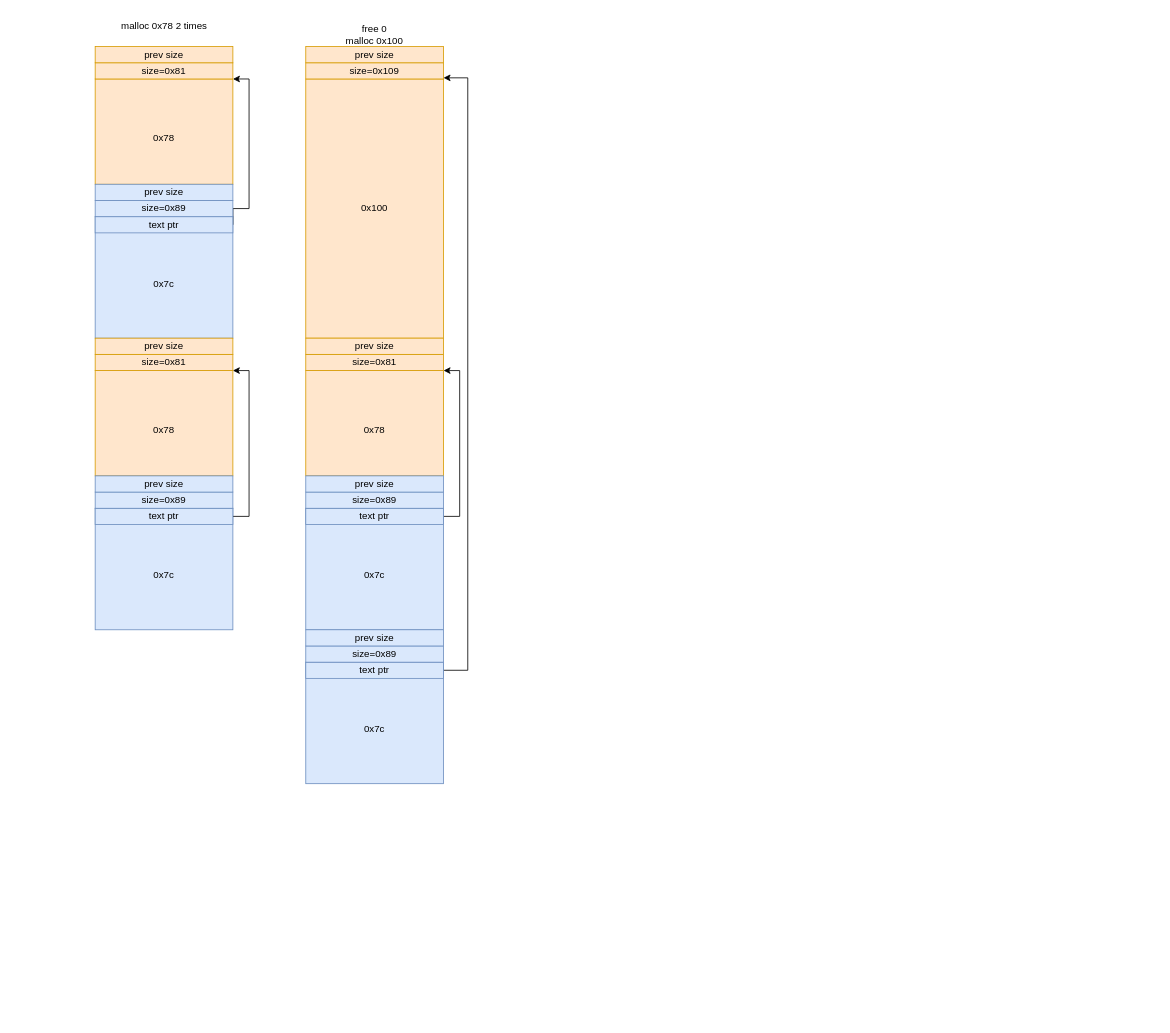
The draw.io diagram blog/babyfengshui_33c3_2016.drawio in Zephyrccc/ImageHostingService, before the edit. Source tidied: cells renumbered, new cells numbered last; positions are measured from the earlier drawing's top-left corner, leaving out a move shared by most shapes. Both pictures are drawn from the tidied source at 81%, with x=0, y=0 at pixel (95, 14).
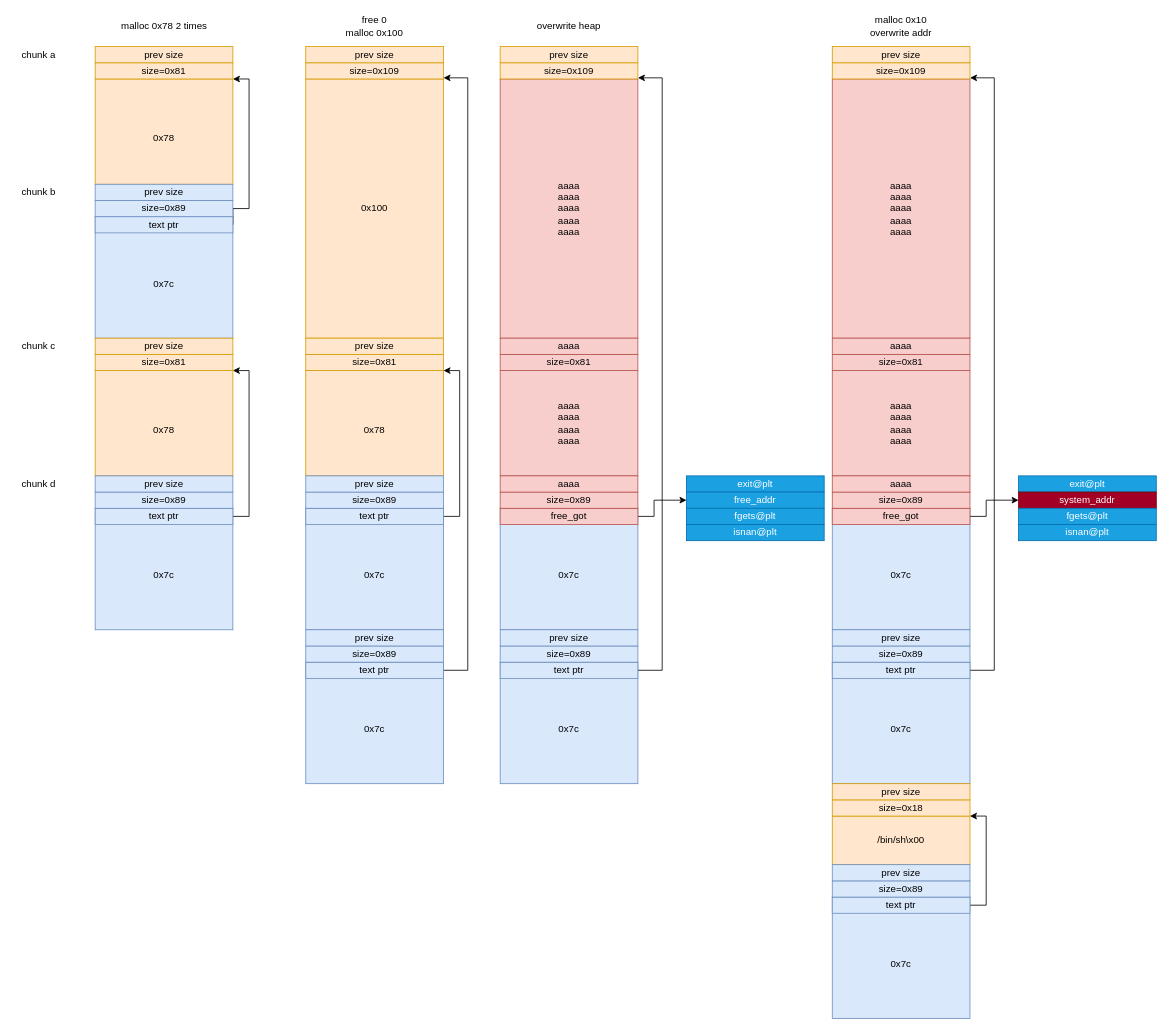
The same diagram, later.

Diff of the diagram source:
```diff
@@
     <mxCell id="9" value="free 0&lt;br&gt;malloc 0x100" style="text;html=1;strokeColor=none;fillColor=none;align=center;verticalAlign=middle;whiteSpace=wrap;rounded=0;" parent="1" vertex="1">
-      <mxGeometry x="295" y="10" width="100" height="30" as="geometry" />
+      <mxGeometry x="295" width="100" height="30" as="geometry" />
     </mxCell>
@@
+    <mxCell id="38" value="&lt;br&gt;0x7c" style="rounded=0;whiteSpace=wrap;html=1;fillColor=#dae8fc;strokeColor=#6c8ebf;" parent="1" vertex="1">
+      <mxGeometry x="500" y="800" width="170" height="150" as="geometry" />
+    </mxCell>
+    <mxCell id="39" value="&lt;br&gt;0x7c" style="rounded=0;whiteSpace=wrap;html=1;fillColor=#dae8fc;strokeColor=#6c8ebf;" parent="1" vertex="1">
+      <mxGeometry x="500" y="610" width="170" height="150" as="geometry" />
+    </mxCell>
+    <mxCell id="40" value="overwrite heap" style="text;html=1;strokeColor=none;fillColor=none;align=center;verticalAlign=middle;whiteSpace=wrap;rounded=0;" parent="1" vertex="1">
+      <mxGeometry x="535" width="100" height="30" as="geometry" />
+    </mxCell>
+    <mxCell id="41" value="aaaa&lt;br&gt;aaaa&lt;br&gt;aaaa&lt;br&gt;aaaa&lt;br&gt;aaaa" style="rounded=0;whiteSpace=wrap;html=1;fillColor=#f8cecc;strokeColor=#b85450;" parent="1" vertex="1">
+      <mxGeometry x="500" y="80" width="170" height="320" as="geometry" />
+    </mxCell>
+    <mxCell id="42" value="size=0x109" style="rounded=0;whiteSpace=wrap;html=1;fillColor=#ffe6cc;strokeColor=#d79b00;" parent="1" vertex="1">
+      <mxGeometry x="500" y="60" width="170" height="20" as="geometry" />
+    </mxCell>
+    <mxCell id="43" value="aaaa&lt;br&gt;aaaa&lt;br&gt;aaaa&lt;br&gt;aaaa" style="rounded=0;whiteSpace=wrap;html=1;fillColor=#f8cecc;strokeColor=#b85450;" parent="1" vertex="1">
+      <mxGeometry x="500" y="440" width="170" height="130" as="geometry" />
+    </mxCell>
+    <mxCell id="44" style="edgeStyle=orthogonalEdgeStyle;rounded=0;jettySize=auto;html=1;exitX=1;exitY=0.5;exitDx=0;exitDy=0;entryX=0;entryY=0.5;entryDx=0;entryDy=0;" parent="1" edge="1" source="45" target="60">
+      <mxGeometry relative="1" as="geometry">
+        <Array as="points">
+          <mxPoint x="690" y="620" />
+          <mxPoint x="690" y="600" />
+        </Array>
+      </mxGeometry>
+    </mxCell>
+    <mxCell id="45" value="free_got" style="rounded=0;whiteSpace=wrap;html=1;fillColor=#f8cecc;strokeColor=#b85450;" parent="1" vertex="1">
+      <mxGeometry x="500" y="610" width="170" height="20" as="geometry" />
+    </mxCell>
+    <mxCell id="46" value="size=0x81" style="rounded=0;whiteSpace=wrap;html=1;fillColor=#f8cecc;strokeColor=#b85450;" parent="1" vertex="1">
+      <mxGeometry x="500" y="420" width="170" height="20" as="geometry" />
+    </mxCell>
+    <mxCell id="47" value="size=0x89" style="rounded=0;whiteSpace=wrap;html=1;fillColor=#f8cecc;strokeColor=#b85450;" parent="1" vertex="1">
+      <mxGeometry x="500" y="590" width="170" height="20" as="geometry" />
+    </mxCell>
+    <mxCell id="48" style="edgeStyle=orthogonalEdgeStyle;rounded=0;jettySize=auto;html=1;exitX=1;exitY=0.5;exitDx=0;exitDy=0;" parent="1" edge="1" source="49">
+      <mxGeometry relative="1" as="geometry">
+        <mxPoint x="670.1" y="78.6" as="targetPoint" />
+        <Array as="points">
+          <mxPoint x="700" y="810" />
+          <mxPoint x="700" y="79" />
+        </Array>
+      </mxGeometry>
+    </mxCell>
+    <mxCell id="49" value="text ptr" style="rounded=0;whiteSpace=wrap;html=1;fillColor=#dae8fc;strokeColor=#6c8ebf;" parent="1" vertex="1">
+      <mxGeometry x="500" y="800" width="170" height="20" as="geometry" />
+    </mxCell>
+    <mxCell id="50" value="size=0x89" style="rounded=0;whiteSpace=wrap;html=1;fillColor=#dae8fc;strokeColor=#6c8ebf;" parent="1" vertex="1">
+      <mxGeometry x="500" y="780" width="170" height="20" as="geometry" />
+    </mxCell>
+    <mxCell id="51" value="prev size" style="rounded=0;whiteSpace=wrap;html=1;fillColor=#ffe6cc;strokeColor=#d79b00;" parent="1" vertex="1">
+      <mxGeometry x="500" y="40" width="170" height="20" as="geometry" />
+    </mxCell>
+    <mxCell id="52" value="aaaa" style="rounded=0;whiteSpace=wrap;html=1;fillColor=#f8cecc;strokeColor=#b85450;" parent="1" vertex="1">
+      <mxGeometry x="500" y="400" width="170" height="20" as="geometry" />
+    </mxCell>
+    <mxCell id="53" value="aaaa" style="rounded=0;whiteSpace=wrap;html=1;fillColor=#f8cecc;strokeColor=#b85450;" parent="1" vertex="1">
+      <mxGeometry x="500" y="570" width="170" height="20" as="geometry" />
+    </mxCell>
+    <mxCell id="54" value="prev size" style="rounded=0;whiteSpace=wrap;html=1;fillColor=#dae8fc;strokeColor=#6c8ebf;" parent="1" vertex="1">
+      <mxGeometry x="500" y="760" width="170" height="20" as="geometry" />
+    </mxCell>
+    <mxCell id="55" value="chunk a" style="text;html=1;align=center;verticalAlign=middle;strokeColor=none;fillColor=none;" parent="1" vertex="1">
+      <mxGeometry x="-100" y="40" width="60" height="20" as="geometry" />
+    </mxCell>
+    <mxCell id="56" value="chunk b" style="text;html=1;align=center;verticalAlign=middle;strokeColor=none;fillColor=none;" parent="1" vertex="1">
+      <mxGeometry x="-100" y="210" width="60" height="20" as="geometry" />
+    </mxCell>
+    <mxCell id="57" value="chunk c" style="text;html=1;align=center;verticalAlign=middle;strokeColor=none;fillColor=none;" parent="1" vertex="1">
+      <mxGeometry x="-100" y="400" width="60" height="20" as="geometry" />
+    </mxCell>
+    <mxCell id="58" value="chunk d" style="text;html=1;align=center;verticalAlign=middle;strokeColor=none;fillColor=none;" parent="1" vertex="1">
+      <mxGeometry x="-100" y="570" width="60" height="20" as="geometry" />
+    </mxCell>
+    <mxCell id="59" value="exit@plt" style="rounded=0;whiteSpace=wrap;html=1;fillColor=#1ba1e2;strokeColor=#006EAF;fontColor=#ffffff;" parent="1" vertex="1">
+      <mxGeometry x="730" y="570" width="170" height="20" as="geometry" />
+    </mxCell>
+    <mxCell id="60" value="free_addr" style="rounded=0;whiteSpace=wrap;html=1;fillColor=#1ba1e2;strokeColor=#006EAF;fontColor=#ffffff;" parent="1" vertex="1">
+      <mxGeometry x="730" y="590" width="170" height="20" as="geometry" />
+    </mxCell>
+    <mxCell id="61" value="fgets@plt" style="rounded=0;whiteSpace=wrap;html=1;fillColor=#1ba1e2;strokeColor=#006EAF;fontColor=#ffffff;" parent="1" vertex="1">
+      <mxGeometry x="730" y="610" width="170" height="20" as="geometry" />
+    </mxCell>
+    <mxCell id="62" value="isnan@plt" style="rounded=0;whiteSpace=wrap;html=1;fillColor=#1ba1e2;strokeColor=#006EAF;fontColor=#ffffff;" parent="1" vertex="1">
+      <mxGeometry x="730" y="630" width="170" height="20" as="geometry" />
+    </mxCell>
+    <mxCell id="63" value="&lt;br&gt;0x7c" style="rounded=0;whiteSpace=wrap;html=1;fillColor=#dae8fc;strokeColor=#6c8ebf;" parent="1" vertex="1">
+      <mxGeometry x="910" y="800" width="170" height="150" as="geometry" />
+    </mxCell>
+    <mxCell id="64" value="&lt;br&gt;0x7c" style="rounded=0;whiteSpace=wrap;html=1;fillColor=#dae8fc;strokeColor=#6c8ebf;" parent="1" vertex="1">
+      <mxGeometry x="910" y="610" width="170" height="150" as="geometry" />
+    </mxCell>
+    <mxCell id="65" value="malloc 0x10&lt;br&gt;overwrite addr" style="text;html=1;strokeColor=none;fillColor=none;align=center;verticalAlign=middle;whiteSpace=wrap;rounded=0;" parent="1" vertex="1">
+      <mxGeometry x="945" width="100" height="30" as="geometry" />
+    </mxCell>
+    <mxCell id="66" value="aaaa&lt;br&gt;aaaa&lt;br&gt;aaaa&lt;br&gt;aaaa&lt;br&gt;aaaa" style="rounded=0;whiteSpace=wrap;html=1;fillColor=#f8cecc;strokeColor=#b85450;" parent="1" vertex="1">
+      <mxGeometry x="910" y="80" width="170" height="320" as="geometry" />
+    </mxCell>
+    <mxCell id="67" value="size=0x109" style="rounded=0;whiteSpace=wrap;html=1;fillColor=#ffe6cc;strokeColor=#d79b00;" parent="1" vertex="1">
+      <mxGeometry x="910" y="60" width="170" height="20" as="geometry" />
+    </mxCell>
+    <mxCell id="68" value="aaaa&lt;br&gt;aaaa&lt;br&gt;aaaa&lt;br&gt;aaaa" style="rounded=0;whiteSpace=wrap;html=1;fillColor=#f8cecc;strokeColor=#b85450;" parent="1" vertex="1">
+      <mxGeometry x="910" y="440" width="170" height="130" as="geometry" />
+    </mxCell>
+    <mxCell id="69" style="edgeStyle=orthogonalEdgeStyle;rounded=0;jettySize=auto;html=1;exitX=1;exitY=0.5;exitDx=0;exitDy=0;entryX=0;entryY=0.5;entryDx=0;entryDy=0;" parent="1" edge="1" source="70" target="81">
+      <mxGeometry relative="1" as="geometry">
+        <Array as="points">
+          <mxPoint x="1100" y="620" />
+          <mxPoint x="1100" y="600" />
+        </Array>
+      </mxGeometry>
+    </mxCell>
+    <mxCell id="70" value="free_got" style="rounded=0;whiteSpace=wrap;html=1;fillColor=#f8cecc;strokeColor=#b85450;" parent="1" vertex="1">
+      <mxGeometry x="910" y="610" width="170" height="20" as="geometry" />
+    </mxCell>
+    <mxCell id="71" value="size=0x81" style="rounded=0;whiteSpace=wrap;html=1;fillColor=#f8cecc;strokeColor=#b85450;" parent="1" vertex="1">
+      <mxGeometry x="910" y="420" width="170" height="20" as="geometry" />
+    </mxCell>
+    <mxCell id="72" value="size=0x89" style="rounded=0;whiteSpace=wrap;html=1;fillColor=#f8cecc;strokeColor=#b85450;" parent="1" vertex="1">
+      <mxGeometry x="910" y="590" width="170" height="20" as="geometry" />
+    </mxCell>
+    <mxCell id="73" style="edgeStyle=orthogonalEdgeStyle;rounded=0;jettySize=auto;html=1;exitX=1;exitY=0.5;exitDx=0;exitDy=0;" parent="1" edge="1" source="74">
+      <mxGeometry relative="1" as="geometry">
+        <mxPoint x="1080.1" y="78.6" as="targetPoint" />
+        <Array as="points">
+          <mxPoint x="1110" y="810" />
+          <mxPoint x="1110" y="79" />
+        </Array>
+      </mxGeometry>
+    </mxCell>
+    <mxCell id="74" value="text ptr" style="rounded=0;whiteSpace=wrap;html=1;fillColor=#dae8fc;strokeColor=#6c8ebf;" parent="1" vertex="1">
+      <mxGeometry x="910" y="800" width="170" height="20" as="geometry" />
+    </mxCell>
+    <mxCell id="75" value="size=0x89" style="rounded=0;whiteSpace=wrap;html=1;fillColor=#dae8fc;strokeColor=#6c8ebf;" parent="1" vertex="1">
+      <mxGeometry x="910" y="780" width="170" height="20" as="geometry" />
+    </mxCell>
+    <mxCell id="76" value="prev size" style="rounded=0;whiteSpace=wrap;html=1;fillColor=#ffe6cc;strokeColor=#d79b00;" parent="1" vertex="1">
+      <mxGeometry x="910" y="40" width="170" height="20" as="geometry" />
+    </mxCell>
+    <mxCell id="77" value="aaaa" style="rounded=0;whiteSpace=wrap;html=1;fillColor=#f8cecc;strokeColor=#b85450;" parent="1" vertex="1">
+      <mxGeometry x="910" y="400" width="170" height="20" as="geometry" />
+    </mxCell>
+    <mxCell id="78" value="aaaa" style="rounded=0;whiteSpace=wrap;html=1;fillColor=#f8cecc;strokeColor=#b85450;" parent="1" vertex="1">
+      <mxGeometry x="910" y="570" width="170" height="20" as="geometry" />
+    </mxCell>
+    <mxCell id="79" value="prev size" style="rounded=0;whiteSpace=wrap;html=1;fillColor=#dae8fc;strokeColor=#6c8ebf;" parent="1" vertex="1">
+      <mxGeometry x="910" y="760" width="170" height="20" as="geometry" />
+    </mxCell>
+    <mxCell id="80" value="exit@plt" style="rounded=0;whiteSpace=wrap;html=1;fillColor=#1ba1e2;strokeColor=#006EAF;fontColor=#ffffff;" parent="1" vertex="1">
+      <mxGeometry x="1140" y="570" width="170" height="20" as="geometry" />
+    </mxCell>
+    <mxCell id="81" value="system_addr" style="rounded=0;whiteSpace=wrap;html=1;fillColor=#a20025;strokeColor=#6F0000;fontColor=#ffffff;" parent="1" vertex="1">
+      <mxGeometry x="1140" y="590" width="170" height="20" as="geometry" />
+    </mxCell>
+    <mxCell id="82" value="fgets@plt" style="rounded=0;whiteSpace=wrap;html=1;fillColor=#1ba1e2;strokeColor=#006EAF;fontColor=#ffffff;" parent="1" vertex="1">
+      <mxGeometry x="1140" y="610" width="170" height="20" as="geometry" />
+    </mxCell>
+    <mxCell id="83" value="isnan@plt" style="rounded=0;whiteSpace=wrap;html=1;fillColor=#1ba1e2;strokeColor=#006EAF;fontColor=#ffffff;" parent="1" vertex="1">
+      <mxGeometry x="1140" y="630" width="170" height="20" as="geometry" />
+    </mxCell>
+    <mxCell id="84" value="/bin/sh\x00" style="rounded=0;whiteSpace=wrap;html=1;fillColor=#ffe6cc;strokeColor=#d79b00;" parent="1" vertex="1">
+      <mxGeometry x="910" y="990" width="170" height="60" as="geometry" />
+    </mxCell>
+    <mxCell id="85" value="size=0x18" style="rounded=0;whiteSpace=wrap;html=1;fillColor=#ffe6cc;strokeColor=#d79b00;" parent="1" vertex="1">
+      <mxGeometry x="910" y="970" width="170" height="20" as="geometry" />
+    </mxCell>
+    <mxCell id="86" value="prev size" style="rounded=0;whiteSpace=wrap;html=1;fillColor=#ffe6cc;strokeColor=#d79b00;" parent="1" vertex="1">
+      <mxGeometry x="910" y="950" width="170" height="20" as="geometry" />
+    </mxCell>
+    <mxCell id="87" value="&lt;br&gt;0x7c" style="rounded=0;whiteSpace=wrap;html=1;fillColor=#dae8fc;strokeColor=#6c8ebf;" parent="1" vertex="1">
+      <mxGeometry x="910" y="1090" width="170" height="150" as="geometry" />
+    </mxCell>
+    <mxCell id="88" style="edgeStyle=orthogonalEdgeStyle;rounded=0;jettySize=auto;html=1;exitX=1;exitY=0.5;exitDx=0;exitDy=0;entryX=1;entryY=1;entryDx=0;entryDy=0;" parent="1" edge="1" source="89" target="85">
+      <mxGeometry relative="1" as="geometry">
+        <Array as="points">
+          <mxPoint x="1100" y="1100" />
+          <mxPoint x="1100" y="990" />
+        </Array>
+      </mxGeometry>
+    </mxCell>
+    <mxCell id="89" value="text ptr" style="rounded=0;whiteSpace=wrap;html=1;fillColor=#dae8fc;strokeColor=#6c8ebf;" parent="1" vertex="1">
+      <mxGeometry x="910" y="1090" width="170" height="20" as="geometry" />
+    </mxCell>
+    <mxCell id="90" value="size=0x89" style="rounded=0;whiteSpace=wrap;html=1;fillColor=#dae8fc;strokeColor=#6c8ebf;" parent="1" vertex="1">
+      <mxGeometry x="910" y="1070" width="170" height="20" as="geometry" />
+    </mxCell>
+    <mxCell id="91" value="prev size" style="rounded=0;whiteSpace=wrap;html=1;fillColor=#dae8fc;strokeColor=#6c8ebf;" parent="1" vertex="1">
+      <mxGeometry x="910" y="1050" width="170" height="20" as="geometry" />
+    </mxCell>
```
